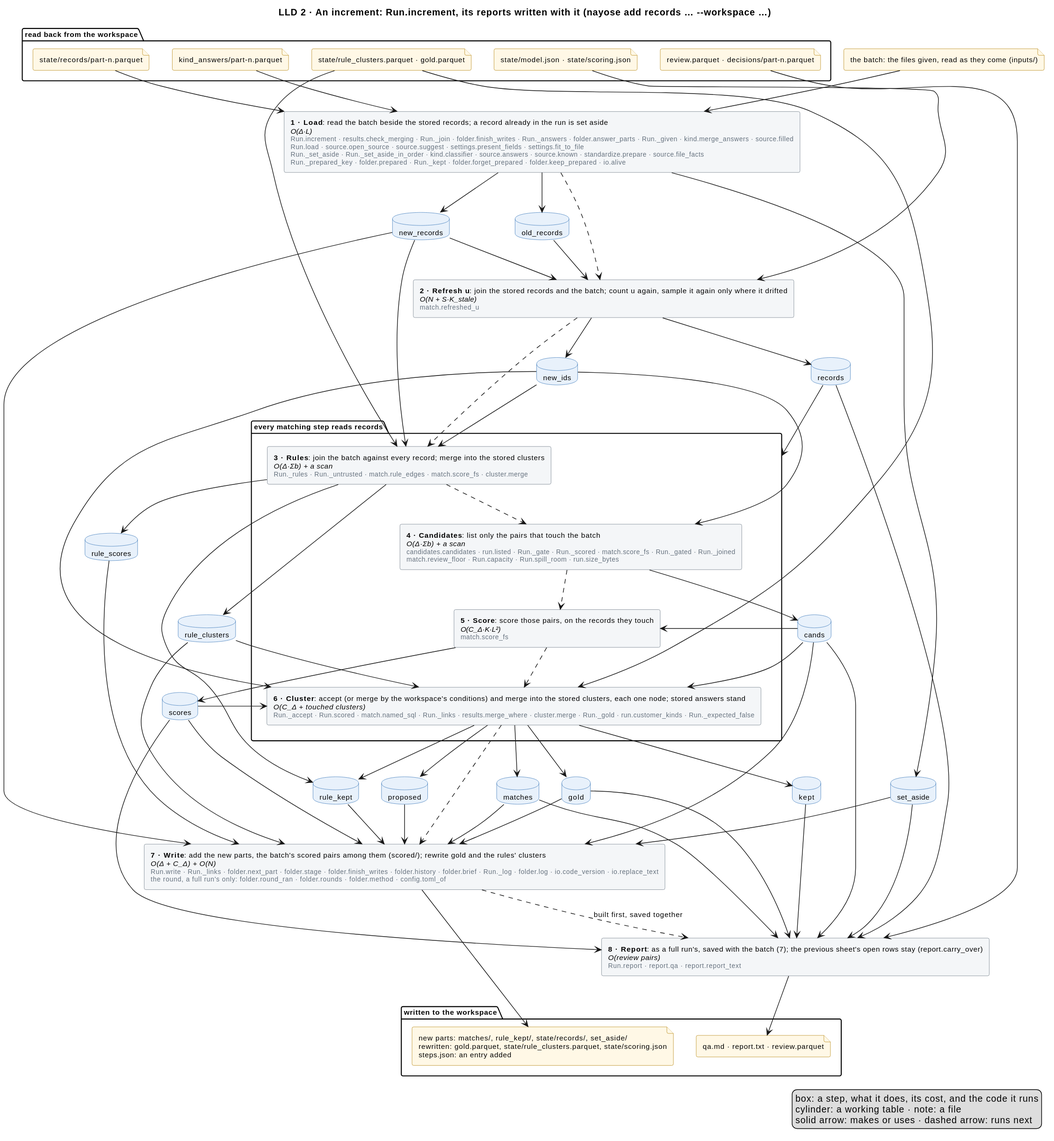
Earlier version of the PlantUML export docs/diagrams/increment.svg (mvsbm/entity_matching).
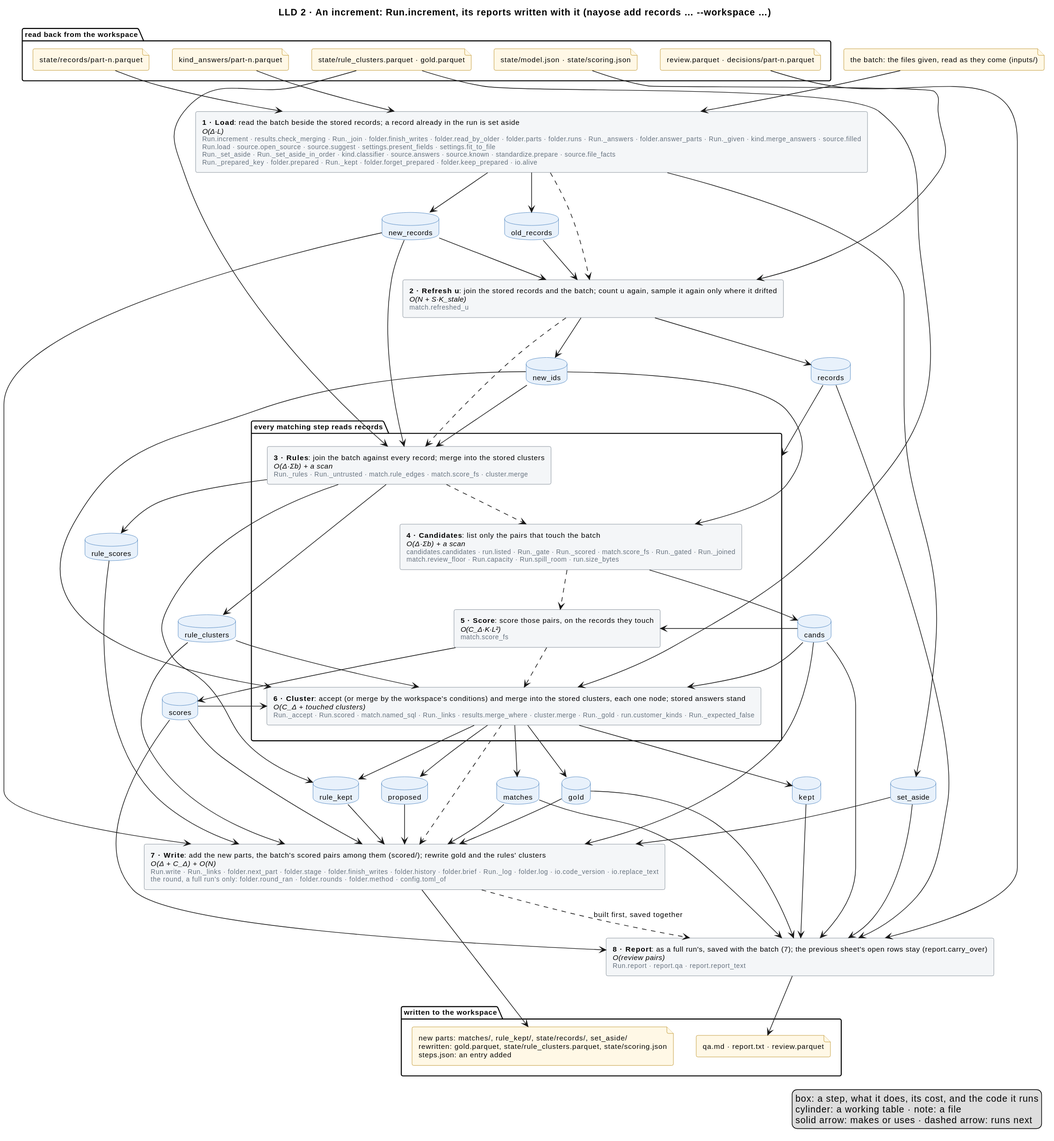
After the commit.

The edit, as a diff of the source:
```diff
@@ -24,7 +24,7 @@
 file "the batch: the files given, read as they come (inputs/)" as f_batch
 
 
-rectangle "<b>1 · Load</b>: read the batch beside the stored records; a record already in the run is set aside\n<i>O(Δ·L)</i>\n<size:10><color:#65717E>Run.increment · results.check_merging · Run._join · folder.finish_writes · Run._answers · folder.answer_parts · Run._given · kind.merge_answers · source.filled</color></size>\n<size:10><color:#65717E>Run.load · source.open_source · source.suggest · settings.present_fields · settings.fit_to_file</color></size>\n<size:10><color:#65717E>Run._set_aside · Run._set_aside_in_order · kind.classifier · source.answers · source.known · standardize.prepare · source.file_facts</color></size>\n<size:10><color:#65717E>Run._prepared_key · folder.prepared · Run._kept · folder.forget_prepared · folder.keep_prepared · io.alive</color></size>" as load
+rectangle "<b>1 · Load</b>: read the batch beside the stored records; a record already in the run is set aside\n<i>O(Δ·L)</i>\n<size:10><color:#65717E>Run.increment · results.check_merging · Run._join · folder.finish_writes · folder.read_by_older · folder.parts · folder.runs · Run._answers · folder.answer_parts · Run._given · kind.merge_answers · source.filled</color></size>\n<size:10><color:#65717E>Run.load · source.open_source · source.suggest · settings.present_fields · settings.fit_to_file</color></size>\n<size:10><color:#65717E>Run._set_aside · Run._set_aside_in_order · kind.classifier · source.answers · source.known · standardize.prepare · source.file_facts</color></size>\n<size:10><color:#65717E>Run._prepared_key · folder.prepared · Run._kept · folder.forget_prepared · folder.keep_prepared · io.alive</color></size>" as load
 rectangle "<b>2 · Refresh u</b>: join the stored records and the batch; count u again, sample it again only where it drifted\n<i>O(N + S·K_stale)</i>\n<size:10><color:#65717E>match.refreshed_u</color></size>" as fit
 package "every matching step reads records" as matching {
   rectangle "<b>3 · Rules</b>: join the batch against every record; merge into the stored clusters\n<i>O(Δ·Σb) + a scan</i>\n<size:10><color:#65717E>Run._rules · Run._untrusted · match.rule_edges · match.score_fs · cluster.merge</color></size>" as rules
```
